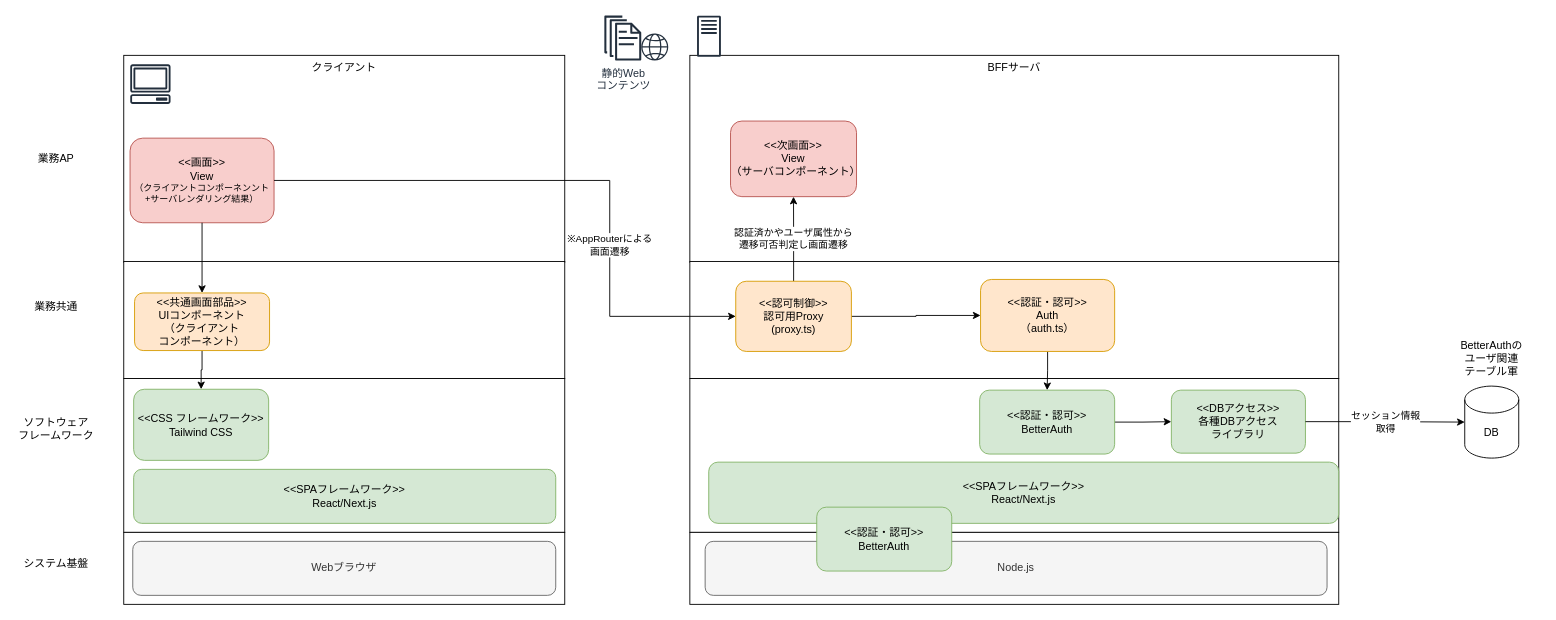
Before: page "認可" (4 of 4) of docs/img/architecture.drawio in mysd33/sample-nextjs-tailwind, a draw.io diagram. Source tidied: cells renumbered, new cells numbered last; positions are measured from the earlier drawing's top-left corner, leaving out a move shared by most shapes. Both pictures are drawn from the tidied source at 90%, with x=0, y=0 at pixel (15, 15).
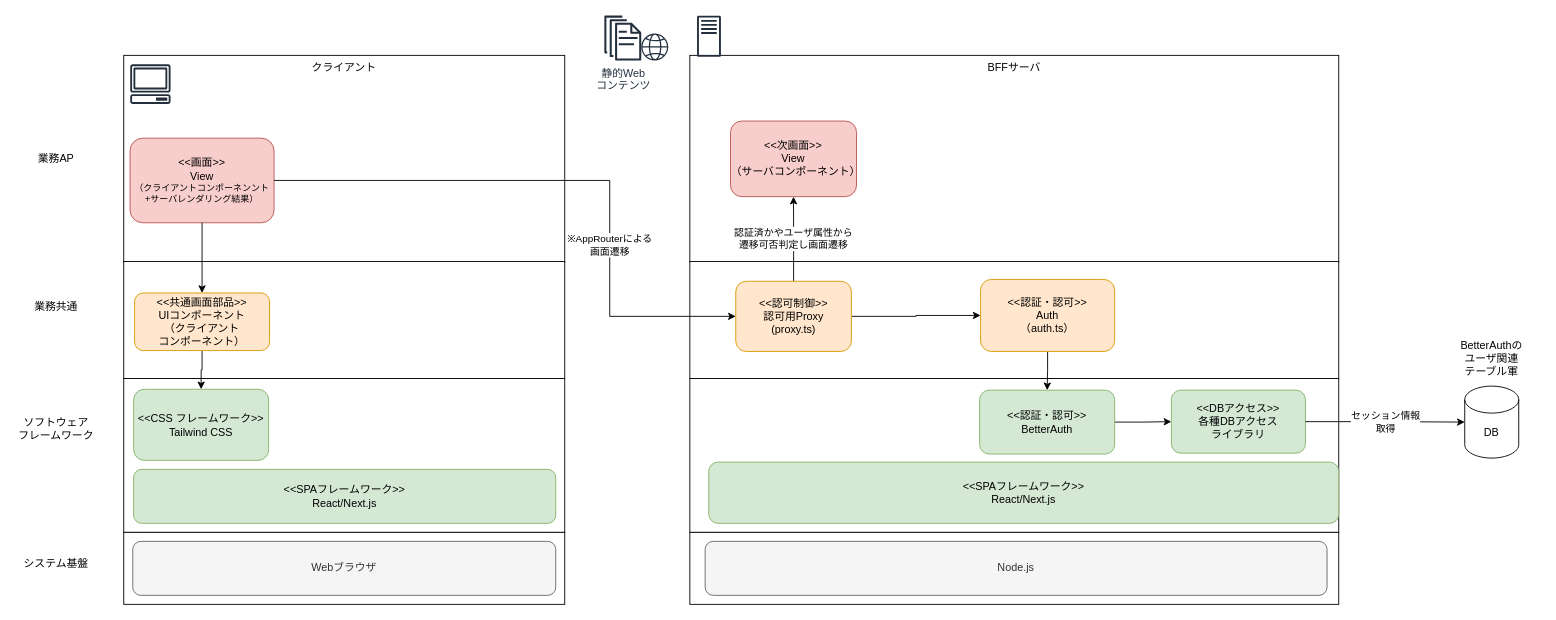
The same diagram, later.

Commit message (it also covers changes not shown here):
図の誤り修正

The edit, as a diff of the source:
```diff
@@
-    <mxCell id="26" value="&lt;div&gt;&amp;lt;&amp;lt;認証・認可&lt;span style=&quot;background-color: transparent; color: light-dark(rgb(0, 0, 0), rgb(255, 255, 255));&quot;&gt;&amp;gt;&amp;gt;&lt;/span&gt;&lt;/div&gt;&lt;div&gt;BetterAuth&lt;/div&gt;" style="rounded=1;whiteSpace=wrap;html=1;fillColor=#d5e8d4;strokeColor=#82b366;" parent="1" vertex="1">
-      <mxGeometry x="890" y="546" width="150" height="71" as="geometry" />
-    </mxCell>
```
